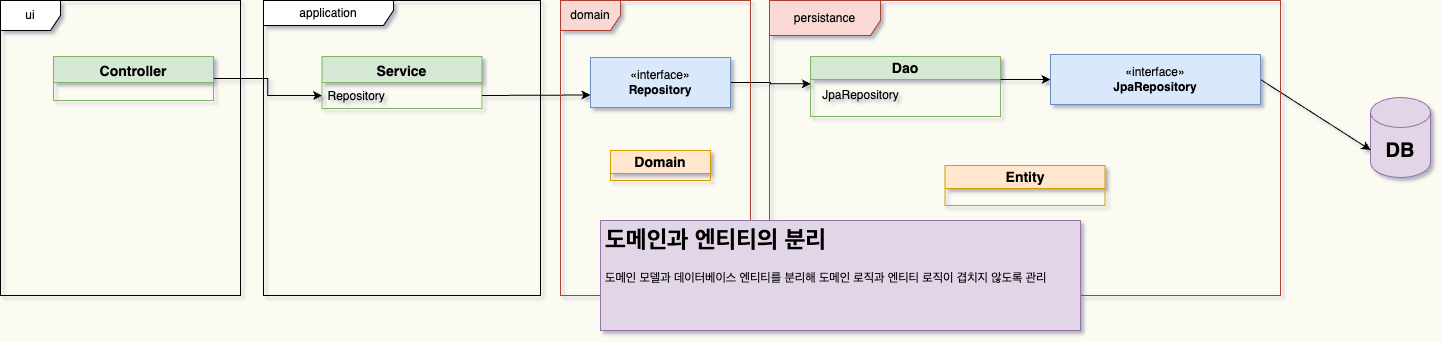
This is docs/도메인과 엔티티.drawio.png from choomi1217/real-world, a draw.io export, as it was before one commit. Source tidied: cells renumbered, new cells last; positions are measured from the earlier drawing's top-left corner, leaving out a move shared by most shapes.
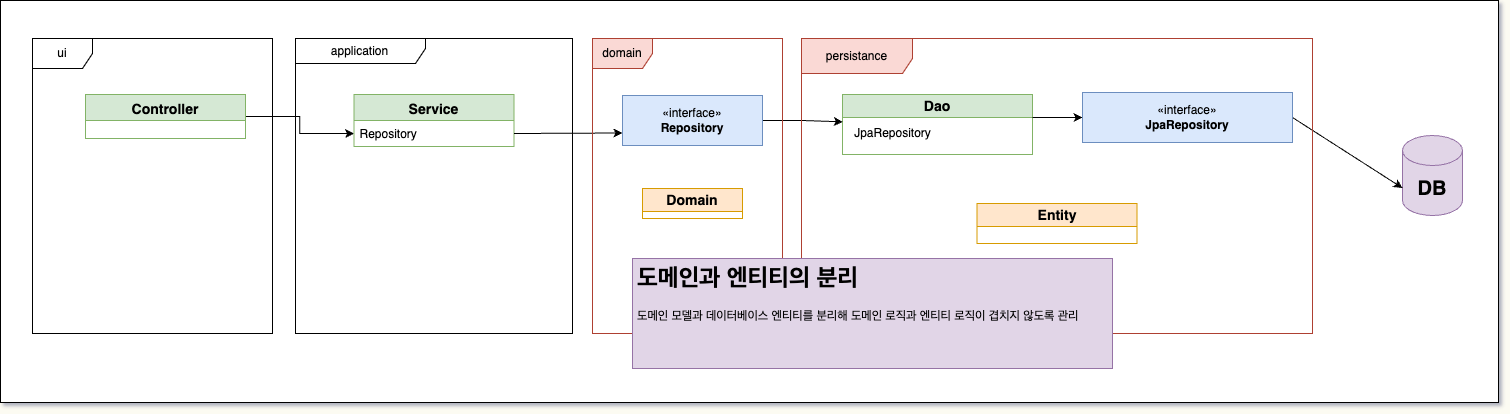
Later version of the same file.

Commit message:
도메인과 엔티티.drawio.png 업데이트

The edit, as a diff of the source:
```diff
@@ -2,6 +2,9 @@
   <root>
     <mxCell id="0" />
     <mxCell id="1" parent="0" />
+    <mxCell id="22" style="whiteSpace=wrap;html=1;" parent="1" vertex="1">
+      <mxGeometry x="-32" y="-38" width="1498" height="402" as="geometry" />
+    </mxCell>
     <mxCell id="2" style="edgeStyle=orthogonalEdgeStyle;rounded=0;jettySize=auto;html=1;entryX=0;entryY=0.5;entryDx=0;entryDy=0;" parent="1" edge="1" source="3" target="5">
       <mxGeometry relative="1" as="geometry" />
     </mxCell>
```
